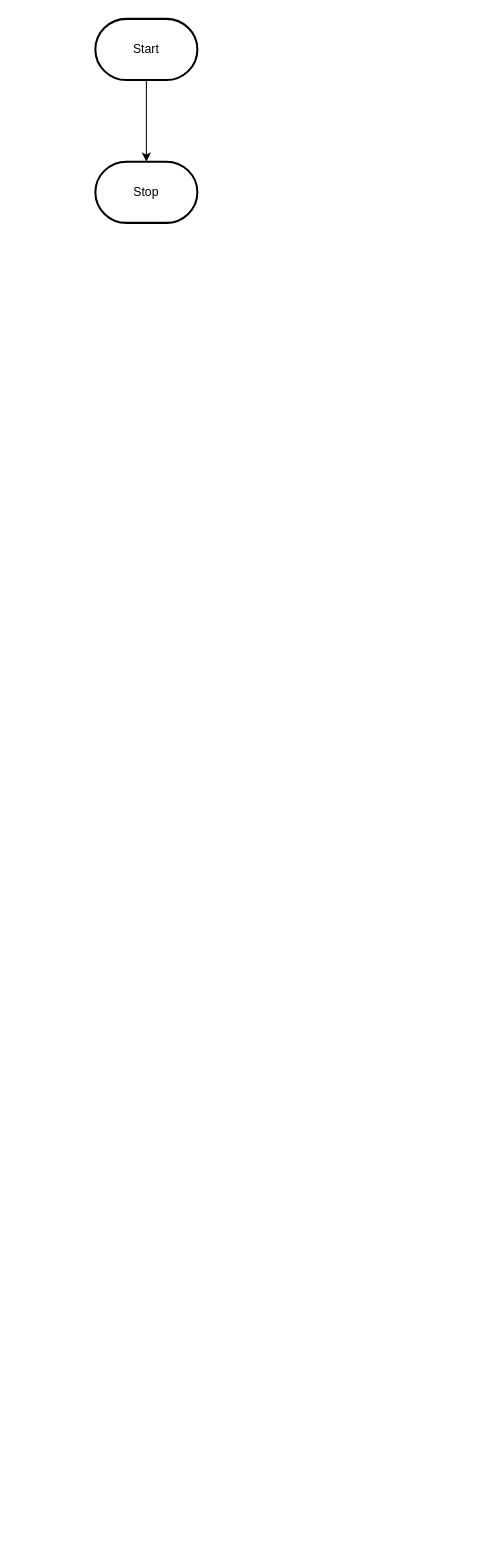
Above: design/flowchart.drawio in MTHS-ICD2O-1-2023/ICD2O-Unit-5-05-clara-tyman (draw.io), before the change. Source tidied: cells renumbered, new cells numbered last; positions are measured from the earlier drawing's top-left corner, leaving out a move shared by most shapes. Both pictures are drawn from the tidied source at 102%, with x=0, y=0 at pixel (95, 18).
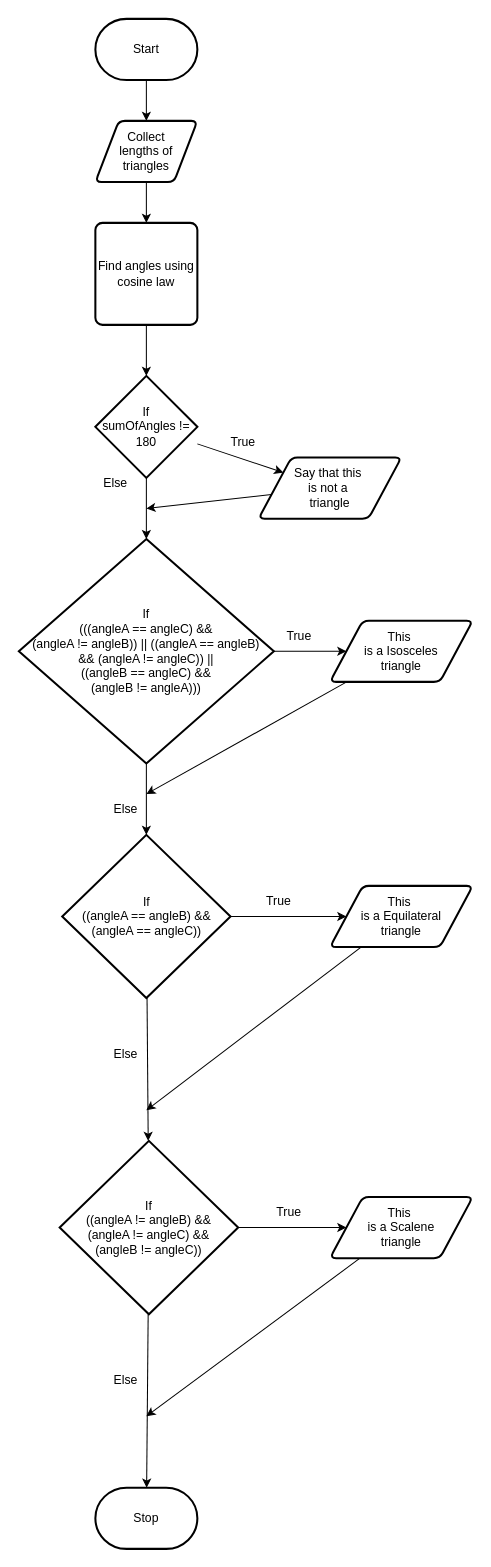
The same diagram, later.

The change refers to these unchanged cells:
```xml
<mxCell id="3" value="Start" style="strokeWidth=2;html=1;shape=mxgraph.flowchart.terminator;whiteSpace=wrap;" parent="1" vertex="1">
  <mxGeometry width="100" height="60" as="geometry" />
</mxCell>
```

The edit, as a diff of the source:
```diff
@@
-    <mxCell id="2" style="edgeStyle=orthogonalEdgeStyle;html=1;rounded=0;" parent="1" edge="1" source="3" target="4">
-      <mxGeometry relative="1" as="geometry" />
-    </mxCell>
+    <mxCell id="5" style="edgeStyle=none;html=1;" parent="1" edge="1" source="3" target="2">
+      <mxGeometry relative="1" as="geometry" />
+    </mxCell>
@@
     <mxCell id="4" value="Stop" style="strokeWidth=2;html=1;shape=mxgraph.flowchart.terminator;whiteSpace=wrap;" parent="1" vertex="1">
-      <mxGeometry y="140" width="100" height="60" as="geometry" />
+      <mxGeometry y="1440" width="100" height="60" as="geometry" />
     </mxCell>
+    <mxCell id="6" style="edgeStyle=none;html=1;" parent="1" edge="1" source="2" target="8">
+      <mxGeometry relative="1" as="geometry" />
+    </mxCell>
+    <mxCell id="2" value="Collect &lt;br&gt;lengths of triangles" style="shape=parallelogram;html=1;strokeWidth=2;perimeter=parallelogramPerimeter;whiteSpace=wrap;rounded=1;arcSize=12;size=0.23;" parent="1" vertex="1">
+      <mxGeometry y="100" width="100" height="60" as="geometry" />
+    </mxCell>
+    <mxCell id="7" style="edgeStyle=none;html=1;" parent="1" edge="1" source="8" target="14">
+      <mxGeometry relative="1" as="geometry" />
+    </mxCell>
+    <mxCell id="8" value="Find angles using&lt;br&gt;cosine law" style="rounded=1;whiteSpace=wrap;html=1;absoluteArcSize=1;arcSize=14;strokeWidth=2;" parent="1" vertex="1">
+      <mxGeometry y="200" width="100" height="100" as="geometry" />
+    </mxCell>
+    <mxCell id="9" style="edgeStyle=none;html=1;" parent="1" edge="1" source="11" target="21">
+      <mxGeometry relative="1" as="geometry" />
+    </mxCell>
+    <mxCell id="10" style="edgeStyle=none;html=1;" parent="1" edge="1" source="11" target="26">
+      <mxGeometry relative="1" as="geometry" />
+    </mxCell>
+    <mxCell id="11" value="If&lt;br&gt;(((angleA == angleC) &amp;amp;&amp;amp; &lt;br&gt;(angleA != angleB)) || ((angleA == angleB) &lt;br&gt;&amp;amp;&amp;amp; (angleA != angleC)) || &lt;br&gt;((angleB == angleC) &amp;amp;&amp;amp; &lt;br&gt;(angleB != angleA)))" style="strokeWidth=2;html=1;shape=mxgraph.flowchart.decision;whiteSpace=wrap;" parent="1" vertex="1">
+      <mxGeometry x="-75" y="510" width="250" height="220" as="geometry" />
+    </mxCell>
+    <mxCell id="12" style="edgeStyle=none;html=1;" parent="1" edge="1" source="14" target="16">
+      <mxGeometry relative="1" as="geometry" />
+    </mxCell>
+    <mxCell id="13" style="edgeStyle=none;html=1;" parent="1" edge="1" source="14" target="11">
+      <mxGeometry relative="1" as="geometry" />
+    </mxCell>
+    <mxCell id="14" value="If&lt;br&gt;sumOfAngles != 180" style="strokeWidth=2;html=1;shape=mxgraph.flowchart.decision;whiteSpace=wrap;" parent="1" vertex="1">
+      <mxGeometry y="350" width="100" height="100" as="geometry" />
+    </mxCell>
+    <mxCell id="15" style="edgeStyle=none;html=1;" parent="1" edge="1" source="16">
+      <mxGeometry relative="1" as="geometry">
+        <mxPoint x="50" y="480" as="targetPoint" />
+      </mxGeometry>
+    </mxCell>
+    <mxCell id="16" value="Say that this&amp;nbsp;&lt;br&gt;is not a&amp;nbsp;&lt;br&gt;triangle" style="shape=parallelogram;html=1;strokeWidth=2;perimeter=parallelogramPerimeter;whiteSpace=wrap;rounded=1;arcSize=12;size=0.23;" parent="1" vertex="1">
+      <mxGeometry x="160" y="430" width="140" height="60" as="geometry" />
+    </mxCell>
+    <mxCell id="17" value="True" style="text;html=1;strokeColor=none;fillColor=none;align=center;verticalAlign=middle;whiteSpace=wrap;rounded=0;" parent="1" vertex="1">
+      <mxGeometry x="115" y="400" width="60" height="30" as="geometry" />
+    </mxCell>
+    <mxCell id="18" value="Else" style="text;html=1;strokeColor=none;fillColor=none;align=center;verticalAlign=middle;whiteSpace=wrap;rounded=0;" parent="1" vertex="1">
+      <mxGeometry x="-10" y="440" width="60" height="30" as="geometry" />
+    </mxCell>
+    <mxCell id="19" style="edgeStyle=none;html=1;" parent="1" edge="1" source="21" target="24">
+      <mxGeometry relative="1" as="geometry" />
+    </mxCell>
+    <mxCell id="20" style="edgeStyle=none;html=1;entryX=0;entryY=0.5;entryDx=0;entryDy=0;" parent="1" edge="1" source="21" target="28">
+      <mxGeometry relative="1" as="geometry" />
+    </mxCell>
+    <mxCell id="21" value="If&lt;br&gt;((angleA == angleB) &amp;amp;&amp;amp; &lt;br&gt;(angleA == angleC))" style="strokeWidth=2;html=1;shape=mxgraph.flowchart.decision;whiteSpace=wrap;" parent="1" vertex="1">
+      <mxGeometry x="-32.5" y="800" width="165" height="160" as="geometry" />
+    </mxCell>
+    <mxCell id="22" style="edgeStyle=none;html=1;" parent="1" edge="1" source="24" target="4">
+      <mxGeometry relative="1" as="geometry" />
+    </mxCell>
+    <mxCell id="23" style="edgeStyle=none;html=1;" parent="1" edge="1" source="24" target="30">
+      <mxGeometry relative="1" as="geometry" />
+    </mxCell>
+    <mxCell id="24" value="If&lt;br&gt;((angleA != angleB) &amp;amp;&amp;amp; &lt;br&gt;(angleA != angleC) &amp;amp;&amp;amp; &lt;br&gt;(angleB != angleC))" style="strokeWidth=2;html=1;shape=mxgraph.flowchart.decision;whiteSpace=wrap;" parent="1" vertex="1">
+      <mxGeometry x="-35" y="1100" width="175" height="170" as="geometry" />
+    </mxCell>
+    <mxCell id="25" style="edgeStyle=none;html=1;" parent="1" edge="1" source="26">
+      <mxGeometry relative="1" as="geometry">
+        <mxPoint x="50" y="760" as="targetPoint" />
+      </mxGeometry>
+    </mxCell>
+    <mxCell id="26" value="This&amp;nbsp;&lt;br&gt;is a Isosceles&lt;br&gt;triangle" style="shape=parallelogram;html=1;strokeWidth=2;perimeter=parallelogramPerimeter;whiteSpace=wrap;rounded=1;arcSize=12;size=0.23;" parent="1" vertex="1">
+      <mxGeometry x="230" y="590" width="140" height="60" as="geometry" />
+    </mxCell>
+    <mxCell id="27" style="edgeStyle=none;html=1;" parent="1" edge="1" source="28">
+      <mxGeometry relative="1" as="geometry">
+        <mxPoint x="50" y="1070" as="targetPoint" />
+      </mxGeometry>
+    </mxCell>
+    <mxCell id="28" value="This&amp;nbsp;&lt;br&gt;is a Equilateral&lt;br&gt;triangle" style="shape=parallelogram;html=1;strokeWidth=2;perimeter=parallelogramPerimeter;whiteSpace=wrap;rounded=1;arcSize=12;size=0.23;" parent="1" vertex="1">
+      <mxGeometry x="230" y="850" width="140" height="60" as="geometry" />
+    </mxCell>
+    <mxCell id="29" style="edgeStyle=none;html=1;" parent="1" edge="1" source="30">
+      <mxGeometry relative="1" as="geometry">
+        <mxPoint x="50" y="1370" as="targetPoint" />
+      </mxGeometry>
+    </mxCell>
+    <mxCell id="30" value="This&amp;nbsp;&lt;br&gt;is a Scalene&lt;br&gt;triangle" style="shape=parallelogram;html=1;strokeWidth=2;perimeter=parallelogramPerimeter;whiteSpace=wrap;rounded=1;arcSize=12;size=0.23;" parent="1" vertex="1">
+      <mxGeometry x="230" y="1155" width="140" height="60" as="geometry" />
+    </mxCell>
+    <mxCell id="31" value="True" style="text;html=1;strokeColor=none;fillColor=none;align=center;verticalAlign=middle;whiteSpace=wrap;rounded=0;" parent="1" vertex="1">
+      <mxGeometry x="170" y="590" width="60" height="30" as="geometry" />
+    </mxCell>
+    <mxCell id="32" value="True" style="text;html=1;strokeColor=none;fillColor=none;align=center;verticalAlign=middle;whiteSpace=wrap;rounded=0;" parent="1" vertex="1">
+      <mxGeometry x="150" y="850" width="60" height="30" as="geometry" />
+    </mxCell>
+    <mxCell id="33" value="True" style="text;html=1;strokeColor=none;fillColor=none;align=center;verticalAlign=middle;whiteSpace=wrap;rounded=0;" parent="1" vertex="1">
+      <mxGeometry x="160" y="1155" width="60" height="30" as="geometry" />
+    </mxCell>
+    <mxCell id="34" value="Else" style="text;html=1;strokeColor=none;fillColor=none;align=center;verticalAlign=middle;whiteSpace=wrap;rounded=0;" parent="1" vertex="1">
+      <mxGeometry y="760" width="60" height="30" as="geometry" />
+    </mxCell>
+    <mxCell id="35" value="Else" style="text;html=1;strokeColor=none;fillColor=none;align=center;verticalAlign=middle;whiteSpace=wrap;rounded=0;" parent="1" vertex="1">
+      <mxGeometry y="1000" width="60" height="30" as="geometry" />
+    </mxCell>
+    <mxCell id="36" value="Else" style="text;html=1;strokeColor=none;fillColor=none;align=center;verticalAlign=middle;whiteSpace=wrap;rounded=0;" parent="1" vertex="1">
+      <mxGeometry y="1320" width="60" height="30" as="geometry" />
+    </mxCell>
```
